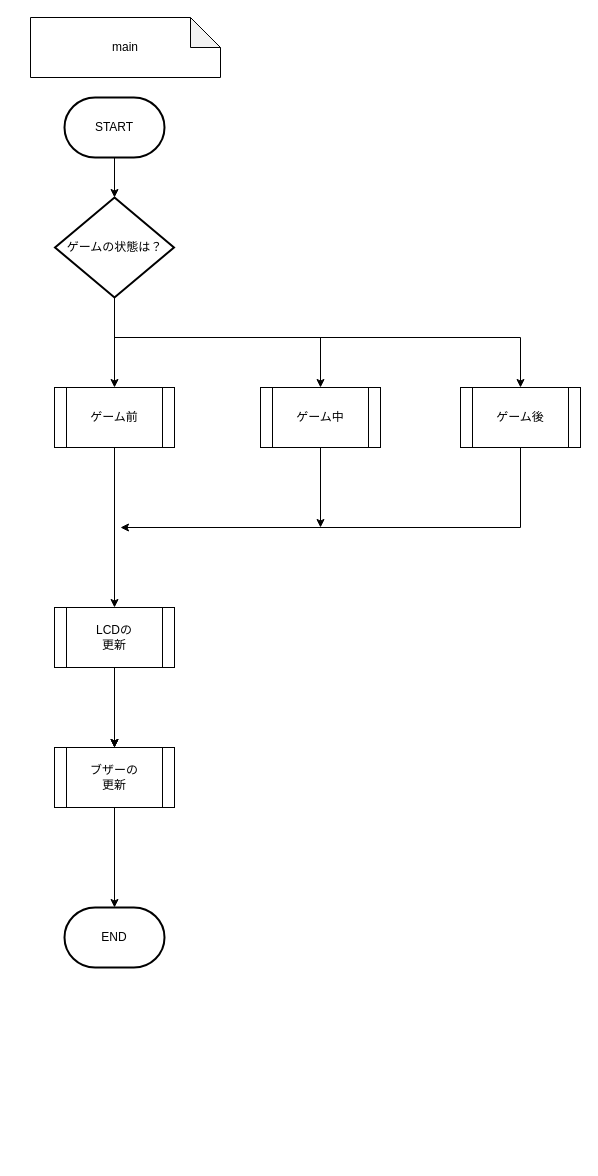
hakohumi/comp.train.whack-a-mole keeps this draw.io diagram as page "main" (1 of 4) of 資料/設計書/フローチャート/モグラ叩き_フローチャート.drawio. Above is the earlier version. Source tidied: cells renumbered, new cells numbered last; positions are measured from the earlier drawing's top-left corner, leaving out a move shared by most shapes. Both pictures are drawn from the tidied source at 100%, with x=0, y=0 at pixel (30, 17).
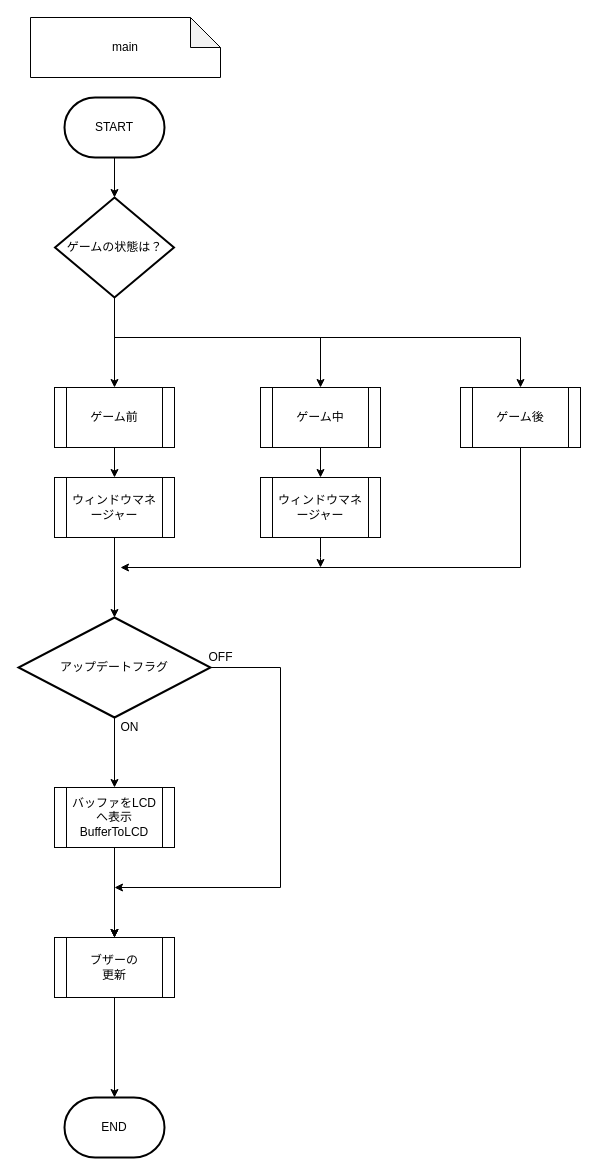
After the change.

The change refers to these unchanged cells:
```xml
<mxCell id="9" value="ゲーム前" style="shape=process;whiteSpace=wrap;html=1;backgroundOutline=1;" parent="1" vertex="1">
  <mxGeometry x="24" y="370" width="120" height="60" as="geometry" />
</mxCell>
<mxCell id="11" value="ゲーム中" style="shape=process;whiteSpace=wrap;html=1;backgroundOutline=1;" parent="1" vertex="1">
  <mxGeometry x="230" y="370" width="120" height="60" as="geometry" />
</mxCell>
<mxCell id="13" value="ゲーム後" style="shape=process;whiteSpace=wrap;html=1;backgroundOutline=1;" parent="1" vertex="1">
  <mxGeometry x="430" y="370" width="120" height="60" as="geometry" />
</mxCell>
```

Change to the diagram source:
```diff
@@
-    <mxCell id="8" style="edgeStyle=orthogonalEdgeStyle;rounded=0;jettySize=auto;html=1;" parent="1" edge="1" source="9" target="17">
+    <mxCell id="8" style="edgeStyle=orthogonalEdgeStyle;rounded=0;jettySize=auto;html=1;entryX=0.5;entryY=0;entryDx=0;entryDy=0;entryPerimeter=0;" parent="1" edge="1" source="29" target="25">
       <mxGeometry relative="1" as="geometry" />
     </mxCell>
@@
-    <mxCell id="10" style="edgeStyle=orthogonalEdgeStyle;rounded=0;jettySize=auto;html=1;" parent="1" edge="1" source="11">
+    <mxCell id="10" style="edgeStyle=orthogonalEdgeStyle;rounded=0;jettySize=auto;html=1;" parent="1" edge="1" source="27">
       <mxGeometry relative="1" as="geometry">
         <mxPoint x="290" y="510" as="targetPoint" />
         <Array as="points">
           <mxPoint x="290" y="510" />
         </Array>
       </mxGeometry>
     </mxCell>
@@
     <mxCell id="12" style="edgeStyle=orthogonalEdgeStyle;rounded=0;jettySize=auto;html=1;" parent="1" edge="1" source="13">
       <mxGeometry relative="1" as="geometry">
-        <mxPoint x="90" y="510" as="targetPoint" />
+        <mxPoint x="90" y="550" as="targetPoint" />
         <Array as="points">
-          <mxPoint x="490" y="510" />
+          <mxPoint x="490" y="550" />
         </Array>
       </mxGeometry>
     </mxCell>
@@
-    <mxCell id="14" style="edgeStyle=orthogonalEdgeStyle;rounded=0;jettySize=auto;html=1;" parent="1" edge="1" source="17">
+    <mxCell id="14" style="edgeStyle=orthogonalEdgeStyle;rounded=0;orthogonalLoop=1;jettySize=auto;html=1;" parent="1" edge="1">
       <mxGeometry relative="1" as="geometry">
-        <mxPoint x="84" y="730" as="targetPoint" />
+        <mxPoint x="84" y="840" as="sourcePoint" />
+        <mxPoint x="84" y="920" as="targetPoint" />
       </mxGeometry>
     </mxCell>
-    <mxCell id="15" style="edgeStyle=orthogonalEdgeStyle;rounded=0;jettySize=auto;html=1;" parent="1" edge="1" source="17">
+    <mxCell id="15" style="edgeStyle=orthogonalEdgeStyle;rounded=0;orthogonalLoop=1;jettySize=auto;html=1;" parent="1" edge="1">
       <mxGeometry relative="1" as="geometry">
-        <mxPoint x="84" y="730" as="targetPoint" />
+        <mxPoint x="84" y="840" as="sourcePoint" />
+        <mxPoint x="84" y="920" as="targetPoint" />
       </mxGeometry>
     </mxCell>
-    <mxCell id="16" style="edgeStyle=orthogonalEdgeStyle;rounded=0;jettySize=auto;html=1;" parent="1" edge="1" source="17" target="21">
+    <mxCell id="16" style="edgeStyle=orthogonalEdgeStyle;rounded=0;jettySize=auto;html=1;" parent="1" edge="1" source="23" target="21">
       <mxGeometry relative="1" as="geometry" />
     </mxCell>
-    <mxCell id="17" value="LCDの&lt;br&gt;更新" style="shape=process;whiteSpace=wrap;html=1;backgroundOutline=1;" parent="1" vertex="1">
-      <mxGeometry x="24" y="590" width="120" height="60" as="geometry" />
-    </mxCell>
+    <mxCell id="22" style="edgeStyle=orthogonalEdgeStyle;rounded=0;jettySize=auto;html=1;exitX=0.5;exitY=1;exitDx=0;exitDy=0;exitPerimeter=0;" parent="1" edge="1" source="25" target="23">
+      <mxGeometry relative="1" as="geometry" />
+    </mxCell>
@@
     <mxCell id="19" value="END" style="strokeWidth=2;html=1;shape=mxgraph.flowchart.terminator;whiteSpace=wrap;" parent="1" vertex="1">
-      <mxGeometry x="34" y="890" width="100" height="60" as="geometry" />
+      <mxGeometry x="34" y="1080" width="100" height="60" as="geometry" />
     </mxCell>
@@
     <mxCell id="21" value="ブザーの&lt;br&gt;更新" style="shape=process;whiteSpace=wrap;html=1;backgroundOutline=1;" parent="1" vertex="1">
-      <mxGeometry x="24" y="730" width="120" height="60" as="geometry" />
+      <mxGeometry x="24" y="920" width="120" height="60" as="geometry" />
     </mxCell>
+    <mxCell id="23" value="バッファをLCDへ表示&lt;br&gt;BufferToLCD" style="shape=process;whiteSpace=wrap;html=1;backgroundOutline=1;" parent="1" vertex="1">
+      <mxGeometry x="24" y="770" width="120" height="60" as="geometry" />
+    </mxCell>
+    <mxCell id="24" style="edgeStyle=orthogonalEdgeStyle;rounded=0;jettySize=auto;html=1;" parent="1" edge="1" source="25">
+      <mxGeometry relative="1" as="geometry">
+        <mxPoint x="84" y="870" as="targetPoint" />
+        <Array as="points">
+          <mxPoint x="250" y="650" />
+          <mxPoint x="250" y="870" />
+        </Array>
+      </mxGeometry>
+    </mxCell>
+    <mxCell id="25" value="アップデートフラグ" style="strokeWidth=2;html=1;shape=mxgraph.flowchart.decision;whiteSpace=wrap;" parent="1" vertex="1">
+      <mxGeometry x="-12" y="600" width="192" height="100" as="geometry" />
+    </mxCell>
+    <mxCell id="26" style="edgeStyle=orthogonalEdgeStyle;rounded=0;jettySize=auto;html=1;" parent="1" edge="1" source="27">
+      <mxGeometry relative="1" as="geometry">
+        <mxPoint x="290" y="550" as="targetPoint" />
+      </mxGeometry>
+    </mxCell>
+    <mxCell id="27" value="ウィンドウマネージャー" style="shape=process;whiteSpace=wrap;html=1;backgroundOutline=1;" parent="1" vertex="1">
+      <mxGeometry x="230" y="460" width="120" height="60" as="geometry" />
+    </mxCell>
+    <mxCell id="28" style="edgeStyle=orthogonalEdgeStyle;rounded=0;jettySize=auto;html=1;" parent="1" edge="1" source="11" target="27">
+      <mxGeometry relative="1" as="geometry" />
+    </mxCell>
+    <mxCell id="29" value="ウィンドウマネージャー" style="shape=process;whiteSpace=wrap;html=1;backgroundOutline=1;" parent="1" vertex="1">
+      <mxGeometry x="24" y="460" width="120" height="60" as="geometry" />
+    </mxCell>
+    <mxCell id="30" style="edgeStyle=orthogonalEdgeStyle;rounded=0;jettySize=auto;html=1;" parent="1" edge="1" source="9" target="29">
+      <mxGeometry relative="1" as="geometry" />
+    </mxCell>
+    <mxCell id="31" value="ON" style="text;html=1;align=center;verticalAlign=middle;" parent="1" vertex="1">
+      <mxGeometry x="84" y="700" width="30" height="20" as="geometry" />
+    </mxCell>
+    <mxCell id="32" value="OFF" style="text;html=1;align=center;verticalAlign=middle;" parent="1" vertex="1">
+      <mxGeometry x="170" y="630" width="40" height="20" as="geometry" />
+    </mxCell>
```
